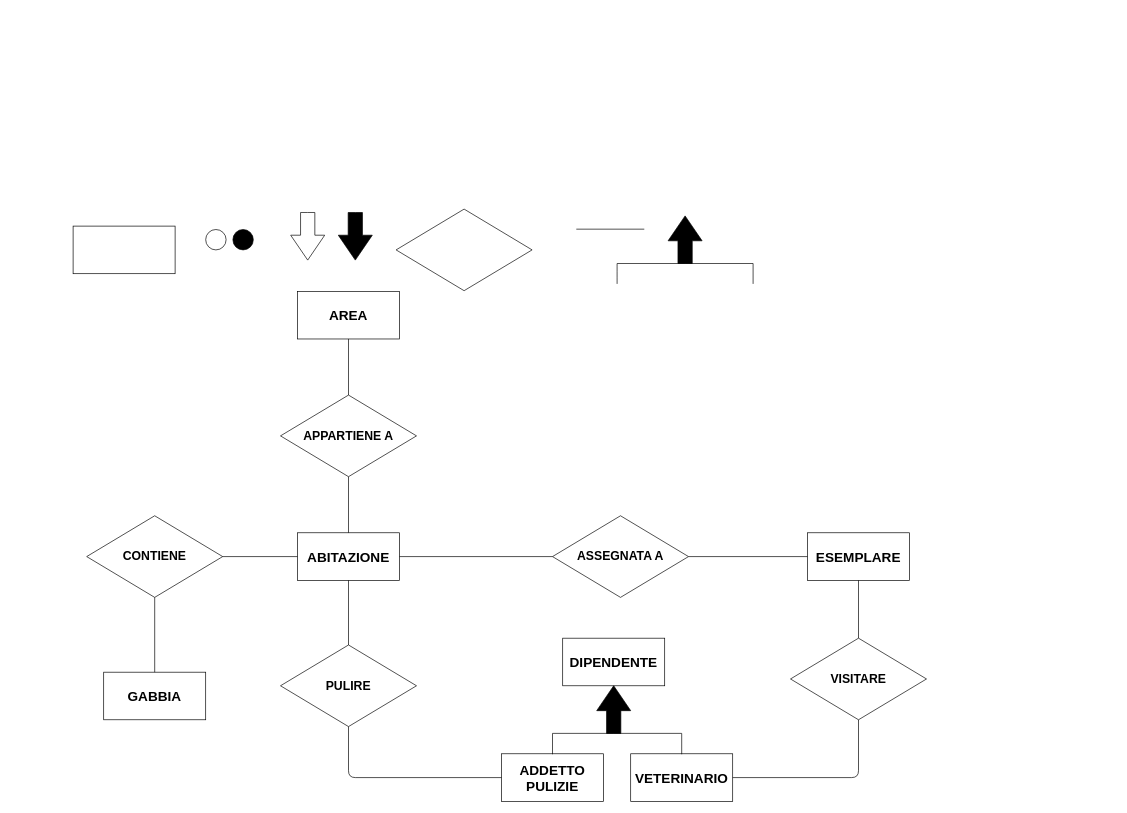
Above: 03_ER_Schema_v1.drawio in DanielePassabi/Progetto-Laboratorio-BSD (draw.io), before the change. Source tidied: cells renumbered, new cells numbered last; positions are measured from the earlier drawing's top-left corner, leaving out a move shared by most shapes. Both pictures are drawn from the tidied source at 68%, with x=0, y=0 at pixel (73, 209).
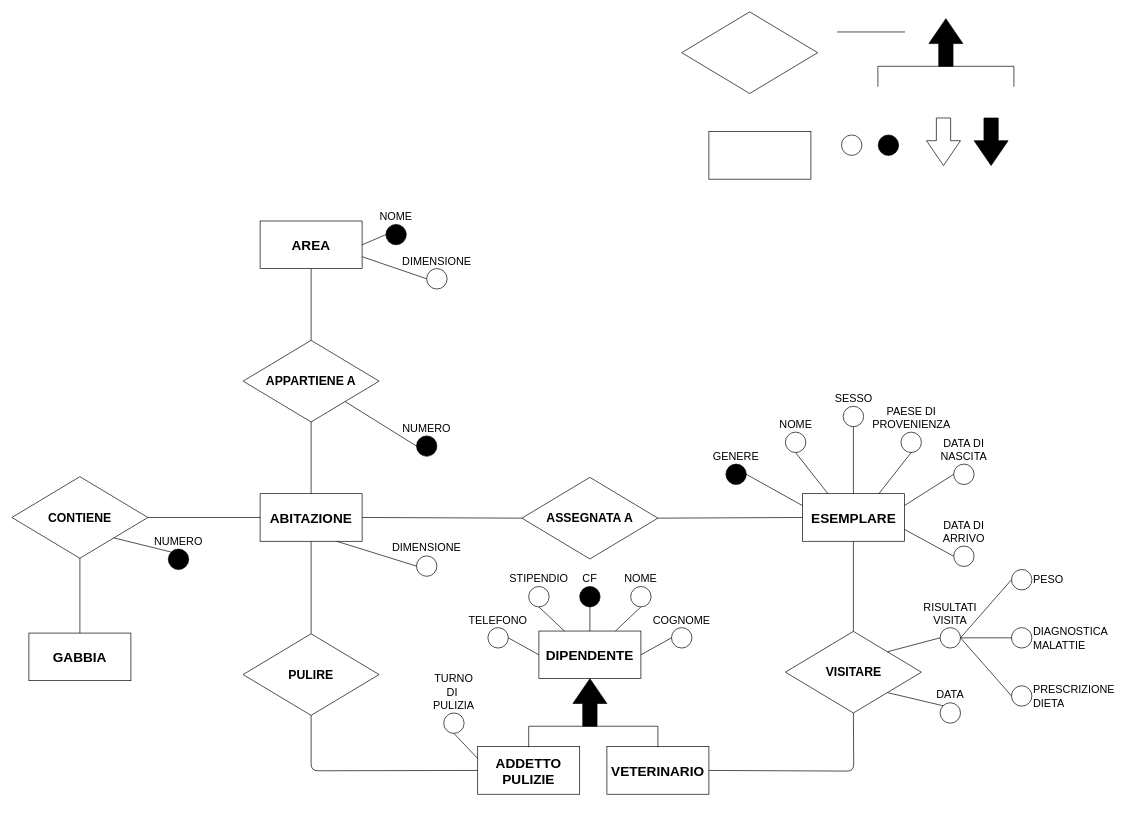
Above is the later version.

The edit, as a diff of the source:
```diff
@@
     <mxCell id="2" style="rounded=0;whiteSpace=wrap;html=1;" parent="1" vertex="1">
-      <mxGeometry y="25" width="150" height="70" as="geometry" />
+      <mxGeometry x="935" y="-114" width="150" height="70" as="geometry" />
     </mxCell>
     <mxCell id="3" style="html=1;shadow=0;dashed=0;align=center;verticalAlign=middle;shape=mxgraph.arrows2.arrow;dy=0.58;dx=36.6;direction=south;notch=0;" parent="1" vertex="1">
-      <mxGeometry x="320" y="5" width="50" height="70" as="geometry" />
+      <mxGeometry x="1255" y="-134" width="50" height="70" as="geometry" />
     </mxCell>
     <mxCell id="4" style="html=1;shadow=0;dashed=0;align=center;verticalAlign=middle;shape=mxgraph.arrows2.arrow;dy=0.58;dx=36.6;direction=south;notch=0;fillColor=#000000;" parent="1" vertex="1">
-      <mxGeometry x="390" y="5" width="50" height="70" as="geometry" />
+      <mxGeometry x="1325" y="-134" width="50" height="70" as="geometry" />
     </mxCell>
     <mxCell id="5" style="ellipse;whiteSpace=wrap;html=1;fillColor=#FFFFFF;" parent="1" vertex="1">
-      <mxGeometry x="195" y="30" width="30" height="30" as="geometry" />
+      <mxGeometry x="1130" y="-109" width="30" height="30" as="geometry" />
     </mxCell>
-    <mxCell id="6" style="ellipse;whiteSpace=wrap;html=1;fillColor=#000000;" parent="1" vertex="1">
-      <mxGeometry x="235" y="30" width="30" height="30" as="geometry" />
-    </mxCell>
     <mxCell id="7" value="&lt;font size=&quot;1&quot;&gt;&lt;b style=&quot;font-size: 20px&quot;&gt;ESEMPLARE&lt;/b&gt;&lt;/font&gt;" style="rounded=0;whiteSpace=wrap;html=1;" parent="1" vertex="1">
-      <mxGeometry x="1080" y="476" width="150" height="70" as="geometry" />
+      <mxGeometry x="1072.5" y="418.5" width="150" height="70" as="geometry" />
     </mxCell>
     <mxCell id="8" value="&lt;span style=&quot;font-size: 20px&quot;&gt;&lt;b&gt;AREA&lt;/b&gt;&lt;/span&gt;" style="rounded=0;whiteSpace=wrap;html=1;" parent="1" vertex="1">
-      <mxGeometry x="330" y="121" width="150" height="70" as="geometry" />
+      <mxGeometry x="275" y="17.5" width="150" height="70" as="geometry" />
     </mxCell>
     <mxCell id="9" value="&lt;span style=&quot;font-size: 20px&quot;&gt;&lt;b&gt;ABITAZIONE&lt;/b&gt;&lt;/span&gt;" style="rounded=0;whiteSpace=wrap;html=1;" parent="1" vertex="1">
-      <mxGeometry x="330" y="476" width="150" height="70" as="geometry" />
+      <mxGeometry x="275" y="418.5" width="150" height="70" as="geometry" />
     </mxCell>
     <mxCell id="10" value="&lt;font size=&quot;1&quot;&gt;&lt;b style=&quot;font-size: 20px&quot;&gt;GABBIA&lt;/b&gt;&lt;/font&gt;" style="rounded=0;whiteSpace=wrap;html=1;" parent="1" vertex="1">
-      <mxGeometry x="45" y="681" width="150" height="70" as="geometry" />
+      <mxGeometry x="-65" y="623.5" width="150" height="70" as="geometry" />
     </mxCell>
     <mxCell id="11" value="&lt;font size=&quot;1&quot;&gt;&lt;b style=&quot;font-size: 20px&quot;&gt;DIPENDENTE&lt;/b&gt;&lt;/font&gt;" style="rounded=0;whiteSpace=wrap;html=1;" parent="1" vertex="1">
-      <mxGeometry x="720" y="631" width="150" height="70" as="geometry" />
+      <mxGeometry x="685" y="620.5" width="150" height="70" as="geometry" />
     </mxCell>
     <mxCell id="12" value="&lt;font size=&quot;1&quot;&gt;&lt;b style=&quot;font-size: 20px&quot;&gt;ADDETTO PULIZIE&lt;/b&gt;&lt;/font&gt;" style="rounded=0;whiteSpace=wrap;html=1;" parent="1" vertex="1">
-      <mxGeometry x="630" y="801" width="150" height="70" as="geometry" />
+      <mxGeometry x="595" y="790.5" width="150" height="70" as="geometry" />
     </mxCell>
     <mxCell id="13" value="&lt;span style=&quot;font-size: 20px&quot;&gt;&lt;b&gt;VETERINARIO&lt;/b&gt;&lt;/span&gt;" style="rounded=0;whiteSpace=wrap;html=1;" parent="1" vertex="1">
-      <mxGeometry x="820" y="801" width="150" height="70" as="geometry" />
+      <mxGeometry x="785" y="790.5" width="150" height="70" as="geometry" />
     </mxCell>
     <mxCell id="14" style="rhombus;whiteSpace=wrap;html=1;" parent="1" vertex="1">
-      <mxGeometry x="475" width="200" height="120" as="geometry" />
+      <mxGeometry x="895" y="-290" width="200" height="120" as="geometry" />
     </mxCell>
     <mxCell id="15" value="&lt;span style=&quot;font-size: 18px&quot;&gt;&lt;b&gt;ASSEGNATA A&lt;/b&gt;&lt;/span&gt;" style="rhombus;whiteSpace=wrap;html=1;" parent="1" vertex="1">
-      <mxGeometry x="705" y="451" width="200" height="120" as="geometry" />
+      <mxGeometry x="660" y="394.5" width="200" height="120" as="geometry" />
     </mxCell>
     <mxCell id="16" value="&lt;font size=&quot;1&quot;&gt;&lt;b style=&quot;font-size: 18px&quot;&gt;PULIRE&lt;/b&gt;&lt;/font&gt;" style="rhombus;whiteSpace=wrap;html=1;" parent="1" vertex="1">
-      <mxGeometry x="305" y="641" width="200" height="120" as="geometry" />
+      <mxGeometry x="250" y="624.5" width="200" height="120" as="geometry" />
     </mxCell>
     <mxCell id="17" value="&lt;span style=&quot;font-size: 18px&quot;&gt;&lt;b&gt;VISITARE&lt;/b&gt;&lt;/span&gt;" style="rhombus;whiteSpace=wrap;html=1;" parent="1" vertex="1">
-      <mxGeometry x="1055" y="631" width="200" height="120" as="geometry" />
+      <mxGeometry x="1047.5" y="621" width="200" height="120" as="geometry" />
     </mxCell>
     <mxCell id="18" style="html=1;shadow=0;dashed=0;align=center;verticalAlign=middle;shape=mxgraph.arrows2.arrow;dy=0.58;dx=36.6;direction=south;notch=0;fillColor=#000000;rotation=180;" parent="1" vertex="1">
-      <mxGeometry x="770" y="701" width="50" height="70" as="geometry" />
+      <mxGeometry x="735" y="690.5" width="50" height="70" as="geometry" />
     </mxCell>
@@
     <mxCell id="21" style="endArrow=none;html=1;" parent="1" edge="1">
       <mxGeometry relative="1" as="geometry">
-        <mxPoint x="840" y="29.5" as="sourcePoint" />
-        <mxPoint x="740" y="29.5" as="targetPoint" />
+        <mxPoint x="1223.5" y="-260.5" as="sourcePoint" />
+        <mxPoint x="1123.5" y="-260.5" as="targetPoint" />
       </mxGeometry>
     </mxCell>
     <mxCell id="22" style="html=1;shadow=0;dashed=0;align=center;verticalAlign=middle;shape=mxgraph.arrows2.arrow;dy=0.58;dx=36.6;direction=south;notch=0;fillColor=#000000;rotation=180;" parent="1" vertex="1">
-      <mxGeometry x="875" y="10" width="50" height="70" as="geometry" />
+      <mxGeometry x="1258.5" y="-280" width="50" height="70" as="geometry" />
     </mxCell>
     <mxCell id="23" style="endArrow=none;html=1;" parent="1" edge="1">
       <mxGeometry relative="1" as="geometry">
-        <mxPoint x="800" y="80" as="sourcePoint" />
-        <mxPoint x="1000" y="80" as="targetPoint" />
+        <mxPoint x="1183.5" y="-210" as="sourcePoint" />
+        <mxPoint x="1383.5" y="-210" as="targetPoint" />
       </mxGeometry>
     </mxCell>
     <mxCell id="24" style="endArrow=none;html=1;" parent="1" edge="1">
       <mxGeometry relative="1" as="geometry">
-        <mxPoint x="1000" y="80" as="sourcePoint" />
-        <mxPoint x="1000" y="110" as="targetPoint" />
+        <mxPoint x="1383.5" y="-210" as="sourcePoint" />
+        <mxPoint x="1383.5" y="-180" as="targetPoint" />
       </mxGeometry>
     </mxCell>
     <mxCell id="25" style="endArrow=none;html=1;" parent="1" edge="1">
       <mxGeometry relative="1" as="geometry">
-        <mxPoint x="800" y="80" as="sourcePoint" />
-        <mxPoint x="800" y="110" as="targetPoint" />
+        <mxPoint x="1183.5" y="-210" as="sourcePoint" />
+        <mxPoint x="1183.5" y="-180" as="targetPoint" />
         <Array as="points">
-          <mxPoint x="800" y="90" />
+          <mxPoint x="1183.5" y="-200" />
         </Array>
       </mxGeometry>
     </mxCell>
     <mxCell id="26" value="&lt;span style=&quot;font-size: 18px&quot;&gt;&lt;b&gt;CONTIENE&lt;/b&gt;&lt;/span&gt;" style="rhombus;whiteSpace=wrap;html=1;" parent="1" vertex="1">
-      <mxGeometry x="20" y="451" width="200" height="120" as="geometry" />
+      <mxGeometry x="-90" y="393.5" width="200" height="120" as="geometry" />
     </mxCell>
@@
     <mxCell id="30" style="endArrow=none;html=1;entryX=0;entryY=0.5;entryDx=0;entryDy=0;exitX=0.5;exitY=1;exitDx=0;exitDy=0;" parent="1" edge="1" source="16" target="12">
       <mxGeometry relative="1" as="geometry">
         <Array as="points">
-          <mxPoint x="405" y="836" />
+          <mxPoint x="350" y="826" />
         </Array>
       </mxGeometry>
     </mxCell>
     <mxCell id="31" style="endArrow=none;html=1;entryX=0.5;entryY=1;entryDx=0;entryDy=0;exitX=1;exitY=0.5;exitDx=0;exitDy=0;" parent="1" edge="1" source="13" target="17">
       <mxGeometry relative="1" as="geometry">
         <Array as="points">
-          <mxPoint x="1155" y="836" />
+          <mxPoint x="1148" y="826.5" />
         </Array>
       </mxGeometry>
     </mxCell>
@@
     <mxCell id="33" value="&lt;span style=&quot;font-size: 18px&quot;&gt;&lt;b&gt;APPARTIENE A&lt;/b&gt;&lt;/span&gt;" style="rhombus;whiteSpace=wrap;html=1;" parent="1" vertex="1">
-      <mxGeometry x="305" y="273.5" width="200" height="120" as="geometry" />
+      <mxGeometry x="250" y="193" width="200" height="120" as="geometry" />
     </mxCell>
@@
     <mxCell id="36" style="shape=partialRectangle;whiteSpace=wrap;html=1;bottom=1;right=1;left=1;top=0;fillColor=none;routingCenterX=-0.5;rotation=180;" parent="1" vertex="1">
-      <mxGeometry x="705" y="771" width="190" height="30" as="geometry" />
+      <mxGeometry x="670" y="760.5" width="190" height="30" as="geometry" />
     </mxCell>
+    <mxCell id="37" value="GENERE" style="ellipse;html=1;fillColor=#000000;spacingBottom=0;fontSize=16;align=center;whiteSpace=wrap;labelPosition=center;verticalLabelPosition=top;verticalAlign=bottom;" parent="1" vertex="1">
+      <mxGeometry x="960" y="375" width="30" height="30" as="geometry" />
+    </mxCell>
+    <mxCell id="38" value="DATA DI ARRIVO" style="ellipse;html=1;fillColor=#FFFFFF;spacingBottom=0;fontSize=16;align=center;whiteSpace=wrap;labelPosition=center;verticalLabelPosition=top;verticalAlign=bottom;" parent="1" vertex="1">
+      <mxGeometry x="1295" y="495.5" width="30" height="30" as="geometry" />
+    </mxCell>
+    <mxCell id="39" style="ellipse;html=1;fillColor=#000000;spacingBottom=0;fontSize=16;align=center;whiteSpace=wrap;labelPosition=center;verticalLabelPosition=top;verticalAlign=bottom;" parent="1" vertex="1">
+      <mxGeometry x="1184" y="-109" width="30" height="30" as="geometry" />
+    </mxCell>
+    <mxCell id="40" value="NOME" style="ellipse;html=1;fillColor=#FFFFFF;spacingBottom=0;fontSize=16;align=center;whiteSpace=wrap;labelPosition=center;verticalLabelPosition=top;verticalAlign=bottom;" parent="1" vertex="1">
+      <mxGeometry x="1047.5" y="328" width="30" height="30" as="geometry" />
+    </mxCell>
+    <mxCell id="41" value="PAESE DI PROVENIENZA" style="ellipse;html=1;fillColor=#FFFFFF;spacingBottom=0;fontSize=16;align=center;whiteSpace=wrap;labelPosition=center;verticalLabelPosition=top;verticalAlign=bottom;" parent="1" vertex="1">
+      <mxGeometry x="1217.5" y="328" width="30" height="30" as="geometry" />
+    </mxCell>
+    <mxCell id="42" value="SESSO" style="ellipse;html=1;fillColor=#FFFFFF;spacingBottom=0;fontSize=16;align=center;whiteSpace=wrap;labelPosition=center;verticalLabelPosition=top;verticalAlign=bottom;" parent="1" vertex="1">
+      <mxGeometry x="1132.5" y="290" width="30" height="30" as="geometry" />
+    </mxCell>
+    <mxCell id="43" value="DATA DI NASCITA" style="ellipse;html=1;fillColor=#FFFFFF;spacingBottom=0;fontSize=16;align=center;whiteSpace=wrap;labelPosition=center;verticalLabelPosition=top;verticalAlign=bottom;" parent="1" vertex="1">
+      <mxGeometry x="1295" y="375" width="30" height="30" as="geometry" />
+    </mxCell>
+    <mxCell id="44" value="CF" style="ellipse;html=1;fillColor=#000000;spacingBottom=0;fontSize=16;align=center;whiteSpace=wrap;labelPosition=center;verticalLabelPosition=top;verticalAlign=bottom;" parent="1" vertex="1">
+      <mxGeometry x="745" y="555" width="30" height="30" as="geometry" />
+    </mxCell>
+    <mxCell id="45" value="NOME" style="ellipse;html=1;fillColor=#FFFFFF;spacingBottom=0;fontSize=16;align=center;whiteSpace=wrap;labelPosition=center;verticalLabelPosition=top;verticalAlign=bottom;" parent="1" vertex="1">
+      <mxGeometry x="820" y="555" width="30" height="30" as="geometry" />
+    </mxCell>
+    <mxCell id="46" value="COGNOME" style="ellipse;html=1;fillColor=#FFFFFF;spacingBottom=0;fontSize=16;align=center;whiteSpace=wrap;labelPosition=center;verticalLabelPosition=top;verticalAlign=bottom;" parent="1" vertex="1">
+      <mxGeometry x="880" y="615.5" width="30" height="30" as="geometry" />
+    </mxCell>
+    <mxCell id="47" value="STIPENDIO" style="ellipse;html=1;fillColor=#FFFFFF;spacingBottom=0;fontSize=16;align=center;whiteSpace=wrap;labelPosition=center;verticalLabelPosition=top;verticalAlign=bottom;" parent="1" vertex="1">
+      <mxGeometry x="670" y="555" width="30" height="30" as="geometry" />
+    </mxCell>
+    <mxCell id="48" value="TELEFONO" style="ellipse;html=1;fillColor=#FFFFFF;spacingBottom=0;fontSize=16;align=center;whiteSpace=wrap;labelPosition=center;verticalLabelPosition=top;verticalAlign=bottom;" parent="1" vertex="1">
+      <mxGeometry x="610" y="615.5" width="30" height="30" as="geometry" />
+    </mxCell>
+    <mxCell id="49" value="TURNO DI&amp;nbsp; PULIZIA" style="ellipse;html=1;fillColor=#FFFFFF;spacingBottom=0;fontSize=16;align=center;whiteSpace=wrap;labelPosition=center;verticalLabelPosition=top;verticalAlign=bottom;direction=south;" parent="1" vertex="1">
+      <mxGeometry x="545" y="741" width="30" height="30" as="geometry" />
+    </mxCell>
+    <mxCell id="50" value="RISULTATI VISITA" style="ellipse;html=1;fillColor=#FFFFFF;spacingBottom=0;fontSize=16;align=center;whiteSpace=wrap;labelPosition=center;verticalLabelPosition=top;verticalAlign=bottom;" parent="1" vertex="1">
+      <mxGeometry x="1275" y="615.5" width="30" height="30" as="geometry" />
+    </mxCell>
+    <mxCell id="51" value="DATA" style="ellipse;html=1;fillColor=#FFFFFF;spacingBottom=0;fontSize=16;align=center;whiteSpace=wrap;labelPosition=center;verticalLabelPosition=top;verticalAlign=bottom;" parent="1" vertex="1">
+      <mxGeometry x="1275" y="726" width="30" height="30" as="geometry" />
+    </mxCell>
+    <mxCell id="52" value="NOME" style="ellipse;html=1;fillColor=#000000;spacingBottom=0;fontSize=16;align=center;whiteSpace=wrap;labelPosition=center;verticalLabelPosition=top;verticalAlign=bottom;" parent="1" vertex="1">
+      <mxGeometry x="460" y="22.5" width="30" height="30" as="geometry" />
+    </mxCell>
+    <mxCell id="53" value="DIMENSIONE" style="ellipse;html=1;fillColor=#FFFFFF;spacingBottom=0;fontSize=16;align=center;whiteSpace=wrap;labelPosition=center;verticalLabelPosition=top;verticalAlign=bottom;" parent="1" vertex="1">
+      <mxGeometry x="520" y="87.5" width="30" height="30" as="geometry" />
+    </mxCell>
+    <mxCell id="54" value="NUMERO" style="ellipse;html=1;fillColor=#000000;spacingBottom=0;fontSize=16;align=center;whiteSpace=wrap;labelPosition=center;verticalLabelPosition=top;verticalAlign=bottom;" parent="1" vertex="1">
+      <mxGeometry x="505" y="333.5" width="30" height="30" as="geometry" />
+    </mxCell>
+    <mxCell id="55" value="NUMERO" style="ellipse;html=1;fillColor=#000000;spacingBottom=0;fontSize=16;align=center;whiteSpace=wrap;labelPosition=center;verticalLabelPosition=top;verticalAlign=bottom;" parent="1" vertex="1">
+      <mxGeometry x="140" y="500" width="30" height="30" as="geometry" />
+    </mxCell>
+    <mxCell id="56" value="DIMENSIONE" style="ellipse;html=1;fillColor=#FFFFFF;spacingBottom=0;fontSize=16;align=center;whiteSpace=wrap;labelPosition=center;verticalLabelPosition=top;verticalAlign=bottom;" parent="1" vertex="1">
+      <mxGeometry x="505" y="510" width="30" height="30" as="geometry" />
+    </mxCell>
+    <mxCell id="57" style="endArrow=none;html=1;fontSize=16;fontColor=#FFFFFF;entryX=1;entryY=1;entryDx=0;entryDy=0;exitX=0;exitY=0;exitDx=0;exitDy=0;" parent="1" edge="1" source="55" target="26">
+      <mxGeometry relative="1" as="geometry" />
+    </mxCell>
+    <mxCell id="58" style="endArrow=none;html=1;fontSize=16;fontColor=#FFFFFF;entryX=1;entryY=1;entryDx=0;entryDy=0;exitX=0;exitY=0.5;exitDx=0;exitDy=0;" parent="1" edge="1" source="54" target="33">
+      <mxGeometry relative="1" as="geometry" />
+    </mxCell>
+    <mxCell id="59" style="endArrow=none;html=1;fontSize=16;fontColor=#FFFFFF;entryX=1;entryY=0.5;entryDx=0;entryDy=0;exitX=0;exitY=0.5;exitDx=0;exitDy=0;" parent="1" edge="1" source="52" target="8">
+      <mxGeometry relative="1" as="geometry" />
+    </mxCell>
+    <mxCell id="60" style="endArrow=none;html=1;fontSize=16;fontColor=#FFFFFF;entryX=1;entryY=0.75;entryDx=0;entryDy=0;exitX=0;exitY=0.5;exitDx=0;exitDy=0;" parent="1" edge="1" source="53" target="8">
+      <mxGeometry relative="1" as="geometry" />
+    </mxCell>
+    <mxCell id="61" style="endArrow=none;html=1;fontSize=16;fontColor=#FFFFFF;entryX=0;entryY=0.25;entryDx=0;entryDy=0;exitX=1;exitY=0.5;exitDx=0;exitDy=0;" parent="1" edge="1" source="49" target="12">
+      <mxGeometry relative="1" as="geometry" />
+    </mxCell>
+    <mxCell id="62" style="endArrow=none;html=1;fontSize=16;fontColor=#FFFFFF;entryX=0.75;entryY=1;entryDx=0;entryDy=0;exitX=0;exitY=0.5;exitDx=0;exitDy=0;" parent="1" edge="1" source="56" target="9">
+      <mxGeometry relative="1" as="geometry" />
+    </mxCell>
+    <mxCell id="63" style="endArrow=none;html=1;fontSize=16;fontColor=#FFFFFF;entryX=1;entryY=0.5;entryDx=0;entryDy=0;exitX=0;exitY=0.5;exitDx=0;exitDy=0;" parent="1" edge="1" source="11" target="48">
+      <mxGeometry relative="1" as="geometry" />
+    </mxCell>
+    <mxCell id="64" style="endArrow=none;html=1;fontSize=16;fontColor=#FFFFFF;entryX=0;entryY=0.5;entryDx=0;entryDy=0;exitX=1;exitY=0.5;exitDx=0;exitDy=0;" parent="1" edge="1" source="11" target="46">
+      <mxGeometry relative="1" as="geometry" />
+    </mxCell>
+    <mxCell id="65" style="endArrow=none;html=1;fontSize=16;fontColor=#FFFFFF;entryX=0.5;entryY=1;entryDx=0;entryDy=0;exitX=0.5;exitY=0;exitDx=0;exitDy=0;" parent="1" edge="1" source="11" target="44">
+      <mxGeometry relative="1" as="geometry" />
+    </mxCell>
+    <mxCell id="66" style="endArrow=none;html=1;fontSize=16;fontColor=#FFFFFF;entryX=0.5;entryY=1;entryDx=0;entryDy=0;exitX=0.75;exitY=0;exitDx=0;exitDy=0;" parent="1" edge="1" source="11" target="45">
+      <mxGeometry relative="1" as="geometry" />
+    </mxCell>
+    <mxCell id="67" style="endArrow=none;html=1;fontSize=16;fontColor=#FFFFFF;entryX=0.5;entryY=1;entryDx=0;entryDy=0;exitX=0.25;exitY=0;exitDx=0;exitDy=0;" parent="1" edge="1" source="11" target="47">
+      <mxGeometry relative="1" as="geometry" />
+    </mxCell>
+    <mxCell id="68" style="endArrow=none;html=1;fontSize=16;fontColor=#FFFFFF;entryX=1;entryY=1;entryDx=0;entryDy=0;exitX=0;exitY=0;exitDx=0;exitDy=0;" parent="1" edge="1" source="51" target="17">
+      <mxGeometry relative="1" as="geometry" />
+    </mxCell>
+    <mxCell id="69" style="endArrow=none;html=1;fontSize=16;fontColor=#FFFFFF;entryX=1;entryY=0;entryDx=0;entryDy=0;exitX=0;exitY=0.5;exitDx=0;exitDy=0;" parent="1" edge="1" source="50" target="17">
+      <mxGeometry relative="1" as="geometry" />
+    </mxCell>
+    <mxCell id="70" value="PESO" style="ellipse;html=1;fillColor=#FFFFFF;spacingBottom=0;fontSize=16;align=left;whiteSpace=wrap;labelPosition=right;verticalLabelPosition=middle;verticalAlign=middle;" parent="1" vertex="1">
+      <mxGeometry x="1380" y="530" width="30" height="30" as="geometry" />
+    </mxCell>
+    <mxCell id="71" value="DIAGNOSTICA MALATTIE" style="ellipse;html=1;fillColor=#FFFFFF;spacingBottom=0;fontSize=16;align=left;whiteSpace=wrap;labelPosition=right;verticalLabelPosition=middle;verticalAlign=middle;" parent="1" vertex="1">
+      <mxGeometry x="1380" y="615.5" width="30" height="30" as="geometry" />
+    </mxCell>
+    <mxCell id="72" value="PRESCRIZIONE DIETA" style="ellipse;html=1;fillColor=#FFFFFF;spacingBottom=0;fontSize=16;align=left;whiteSpace=wrap;labelPosition=right;verticalLabelPosition=middle;verticalAlign=middle;" parent="1" vertex="1">
+      <mxGeometry x="1380" y="701" width="30" height="30" as="geometry" />
+    </mxCell>
+    <mxCell id="73" style="endArrow=none;html=1;fontSize=16;fontColor=#FFFFFF;entryX=1;entryY=0.5;entryDx=0;entryDy=0;exitX=0;exitY=0.5;exitDx=0;exitDy=0;" parent="1" edge="1" source="70" target="50">
+      <mxGeometry relative="1" as="geometry" />
+    </mxCell>
+    <mxCell id="74" style="endArrow=none;html=1;fontSize=16;fontColor=#FFFFFF;entryX=1;entryY=0.5;entryDx=0;entryDy=0;exitX=0;exitY=0.5;exitDx=0;exitDy=0;" parent="1" edge="1" source="71" target="50">
+      <mxGeometry relative="1" as="geometry" />
+    </mxCell>
+    <mxCell id="75" style="endArrow=none;html=1;fontSize=16;fontColor=#FFFFFF;exitX=0;exitY=0.5;exitDx=0;exitDy=0;entryX=1;entryY=0.5;entryDx=0;entryDy=0;" parent="1" edge="1" source="72" target="50">
+      <mxGeometry relative="1" as="geometry" />
+    </mxCell>
+    <mxCell id="76" style="endArrow=none;html=1;exitX=0;exitY=0.25;exitDx=0;exitDy=0;entryX=1;entryY=0.5;entryDx=0;entryDy=0;" parent="1" edge="1" source="7" target="37">
+      <mxGeometry relative="1" as="geometry" />
+    </mxCell>
+    <mxCell id="77" style="endArrow=none;html=1;exitX=0.25;exitY=0;exitDx=0;exitDy=0;entryX=0.5;entryY=1;entryDx=0;entryDy=0;" parent="1" edge="1" source="7" target="40">
+      <mxGeometry relative="1" as="geometry" />
+    </mxCell>
+    <mxCell id="78" style="endArrow=none;html=1;exitX=0.5;exitY=0;exitDx=0;exitDy=0;entryX=0.5;entryY=1;entryDx=0;entryDy=0;" parent="1" edge="1" source="7" target="42">
+      <mxGeometry relative="1" as="geometry" />
+    </mxCell>
+    <mxCell id="79" style="endArrow=none;html=1;exitX=0.75;exitY=0;exitDx=0;exitDy=0;entryX=0.5;entryY=1;entryDx=0;entryDy=0;" parent="1" edge="1" source="7" target="41">
+      <mxGeometry relative="1" as="geometry" />
+    </mxCell>
+    <mxCell id="80" style="endArrow=none;html=1;entryX=0;entryY=0.5;entryDx=0;entryDy=0;exitX=1;exitY=0.25;exitDx=0;exitDy=0;" parent="1" edge="1" source="7" target="43">
+      <mxGeometry relative="1" as="geometry" />
+    </mxCell>
+    <mxCell id="81" style="endArrow=none;html=1;entryX=0;entryY=0.5;entryDx=0;entryDy=0;exitX=1;exitY=0.75;exitDx=0;exitDy=0;" parent="1" edge="1" source="7" target="38">
+      <mxGeometry relative="1" as="geometry" />
+    </mxCell>
```
